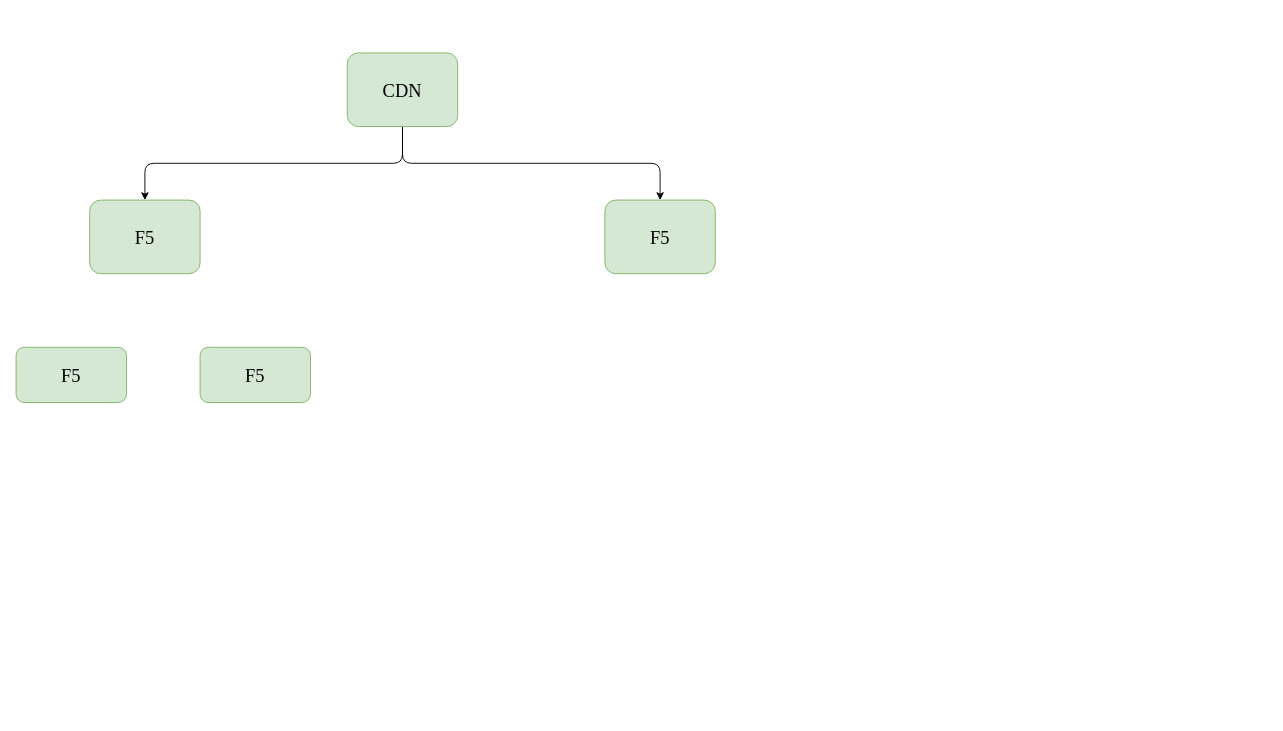
Earlier version of the draw.io diagram 广告系统分流.drawio (TakingCoding4Granted/drawio). Source tidied: cells renumbered, new cells numbered last; positions are measured from the earlier drawing's top-left corner, leaving out a move shared by most shapes. Both pictures are drawn from the tidied source at 92%, with x=0, y=0 at pixel (16, 52).
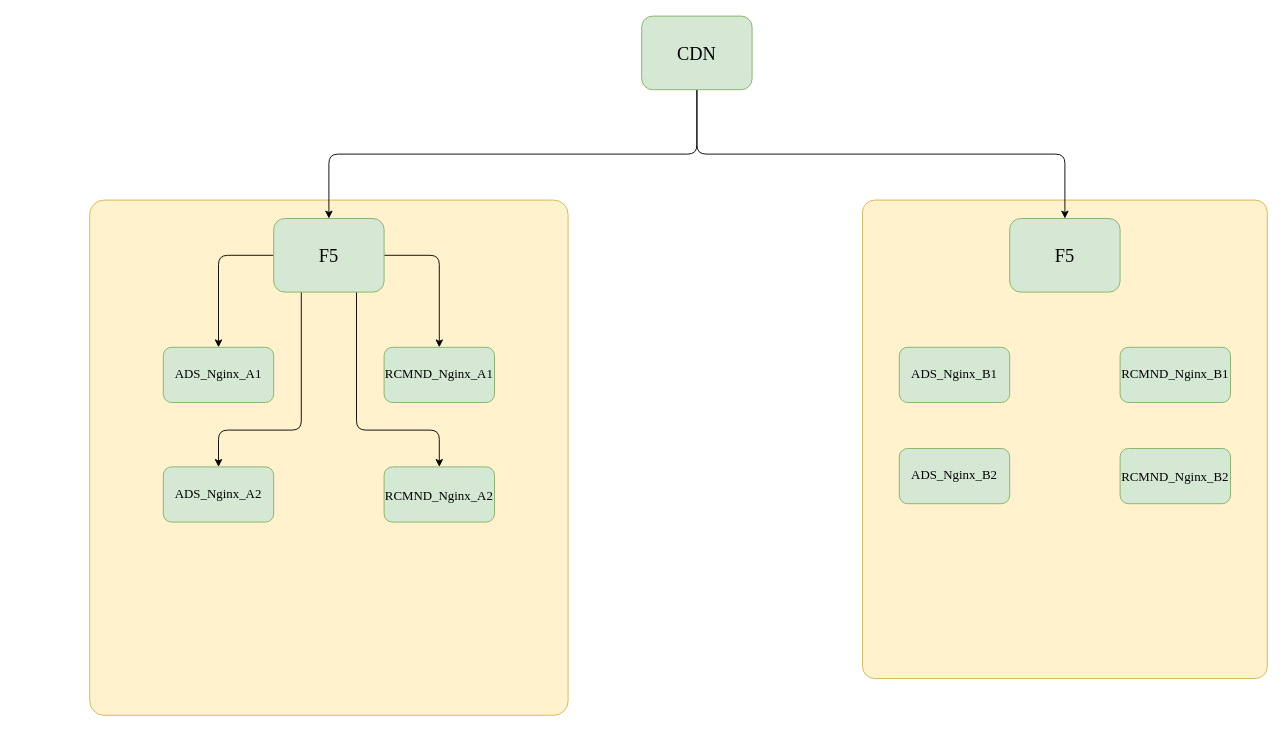
Above is the later version.

Commit message (it also covers changes not shown here):
更新广告系统分流.drawio

Change to the diagram source:
```diff
@@
+    <mxCell id="9" style="rounded=1;whiteSpace=wrap;html=1;fontFamily=Times New Roman;fontSize=20;fillColor=#fff2cc;strokeColor=#d6b656;arcSize=3;" parent="1" vertex="1">
+      <mxGeometry x="920" y="160" width="440" height="520" as="geometry" />
+    </mxCell>
+    <mxCell id="10" style="rounded=1;whiteSpace=wrap;html=1;fontFamily=Times New Roman;fontSize=20;fillColor=#fff2cc;strokeColor=#d6b656;arcSize=3;" parent="1" vertex="1">
+      <mxGeometry x="80" y="160" width="520" height="560" as="geometry" />
+    </mxCell>
@@
     <mxCell id="4" value="CDN" style="rounded=1;whiteSpace=wrap;html=1;fontFamily=Times New Roman;fontSize=20;fillColor=#d5e8d4;strokeColor=#82b366;" parent="1" vertex="1">
-      <mxGeometry x="360" width="120" height="80" as="geometry" />
+      <mxGeometry x="680" y="-40" width="120" height="80" as="geometry" />
     </mxCell>
+    <mxCell id="11" style="edgeStyle=elbowEdgeStyle;rounded=1;jettySize=auto;elbow=vertical;html=1;exitX=0;exitY=0.5;exitDx=0;exitDy=0;entryX=0.5;entryY=0;entryDx=0;entryDy=0;fontFamily=Times New Roman;fontSize=14;" parent="1" edge="1" source="5" target="8">
+      <mxGeometry relative="1" as="geometry">
+        <Array as="points">
+          <mxPoint x="260" y="220" />
+        </Array>
+      </mxGeometry>
+    </mxCell>
+    <mxCell id="12" style="edgeStyle=elbowEdgeStyle;rounded=1;jettySize=auto;elbow=vertical;html=1;exitX=1;exitY=0.5;exitDx=0;exitDy=0;entryX=0.5;entryY=0;entryDx=0;entryDy=0;fontFamily=Times New Roman;fontSize=14;" parent="1" edge="1" source="5" target="15">
+      <mxGeometry relative="1" as="geometry">
+        <Array as="points">
+          <mxPoint x="450" y="220" />
+        </Array>
+      </mxGeometry>
+    </mxCell>
+    <mxCell id="13" style="edgeStyle=elbowEdgeStyle;rounded=1;jettySize=auto;elbow=vertical;html=1;exitX=0.25;exitY=1;exitDx=0;exitDy=0;entryX=0.5;entryY=0;entryDx=0;entryDy=0;fontFamily=Times New Roman;fontSize=14;" parent="1" edge="1" source="5" target="16">
+      <mxGeometry relative="1" as="geometry">
+        <Array as="points">
+          <mxPoint x="280" y="410" />
+        </Array>
+      </mxGeometry>
+    </mxCell>
+    <mxCell id="14" style="edgeStyle=elbowEdgeStyle;rounded=1;jettySize=auto;elbow=vertical;html=1;exitX=0.75;exitY=1;exitDx=0;exitDy=0;fontFamily=Times New Roman;fontSize=14;entryX=0.5;entryY=0;entryDx=0;entryDy=0;" parent="1" edge="1" source="5" target="17">
+      <mxGeometry relative="1" as="geometry">
+        <Array as="points">
+          <mxPoint x="400" y="410" />
+          <mxPoint x="380" y="460" />
+        </Array>
+      </mxGeometry>
+    </mxCell>
     <mxCell id="5" value="F5" style="rounded=1;whiteSpace=wrap;html=1;fontFamily=Times New Roman;fontSize=20;fillColor=#d5e8d4;strokeColor=#82b366;" parent="1" vertex="1">
-      <mxGeometry x="80" y="160" width="120" height="80" as="geometry" />
+      <mxGeometry x="280" y="180" width="120" height="80" as="geometry" />
     </mxCell>
     <mxCell id="6" value="F5" style="rounded=1;whiteSpace=wrap;html=1;fontFamily=Times New Roman;fontSize=20;fillColor=#d5e8d4;strokeColor=#82b366;" parent="1" vertex="1">
-      <mxGeometry x="640" y="160" width="120" height="80" as="geometry" />
+      <mxGeometry x="1080" y="180" width="120" height="80" as="geometry" />
     </mxCell>
-    <mxCell id="7" value="F5" style="rounded=1;whiteSpace=wrap;html=1;fontFamily=Times New Roman;fontSize=20;fillColor=#d5e8d4;strokeColor=#82b366;" parent="1" vertex="1">
-      <mxGeometry y="320" width="120" height="60" as="geometry" />
-    </mxCell>
-    <mxCell id="8" value="F5" style="rounded=1;whiteSpace=wrap;html=1;fontFamily=Times New Roman;fontSize=20;fillColor=#d5e8d4;strokeColor=#82b366;" parent="1" vertex="1">
-      <mxGeometry x="200" y="320" width="120" height="60" as="geometry" />
+    <mxCell id="8" value="ADS_Nginx_A1" style="rounded=1;whiteSpace=wrap;html=1;fontFamily=Times New Roman;fontSize=14;fillColor=#d5e8d4;strokeColor=#82b366;" parent="1" vertex="1">
+      <mxGeometry x="160" y="320" width="120" height="60" as="geometry" />
     </mxCell>
+    <mxCell id="15" value="RCMND_Nginx_A1" style="rounded=1;whiteSpace=wrap;html=1;fontFamily=Times New Roman;fontSize=14;fillColor=#d5e8d4;strokeColor=#82b366;" parent="1" vertex="1">
+      <mxGeometry x="400" y="320" width="120" height="60" as="geometry" />
+    </mxCell>
+    <mxCell id="16" value="ADS_Nginx_A2" style="rounded=1;whiteSpace=wrap;html=1;fontFamily=Times New Roman;fontSize=14;fillColor=#d5e8d4;strokeColor=#82b366;" parent="1" vertex="1">
+      <mxGeometry x="160" y="450" width="120" height="60" as="geometry" />
+    </mxCell>
+    <mxCell id="17" value="&lt;span style=&quot;font-size: 14px&quot;&gt;RCMND_Nginx_A2&lt;/span&gt;" style="rounded=1;whiteSpace=wrap;html=1;fontFamily=Times New Roman;fontSize=16;fillColor=#d5e8d4;strokeColor=#82b366;" parent="1" vertex="1">
+      <mxGeometry x="400" y="450" width="120" height="60" as="geometry" />
+    </mxCell>
+    <mxCell id="18" value="ADS_Nginx_B1" style="rounded=1;whiteSpace=wrap;html=1;fontFamily=Times New Roman;fontSize=14;fillColor=#d5e8d4;strokeColor=#82b366;" parent="1" vertex="1">
+      <mxGeometry x="960" y="320" width="120" height="60" as="geometry" />
+    </mxCell>
+    <mxCell id="19" value="RCMND_Nginx_B1" style="rounded=1;whiteSpace=wrap;html=1;fontFamily=Times New Roman;fontSize=14;fillColor=#d5e8d4;strokeColor=#82b366;" parent="1" vertex="1">
+      <mxGeometry x="1200" y="320" width="120" height="60" as="geometry" />
+    </mxCell>
+    <mxCell id="20" value="ADS_Nginx_B2" style="rounded=1;whiteSpace=wrap;html=1;fontFamily=Times New Roman;fontSize=14;fillColor=#d5e8d4;strokeColor=#82b366;" parent="1" vertex="1">
+      <mxGeometry x="960" y="430" width="120" height="60" as="geometry" />
+    </mxCell>
+    <mxCell id="21" value="&lt;span style=&quot;font-size: 14px&quot;&gt;RCMND_Nginx_B2&lt;/span&gt;" style="rounded=1;whiteSpace=wrap;html=1;fontFamily=Times New Roman;fontSize=16;fillColor=#d5e8d4;strokeColor=#82b366;" parent="1" vertex="1">
+      <mxGeometry x="1200" y="430" width="120" height="60" as="geometry" />
+    </mxCell>
```
